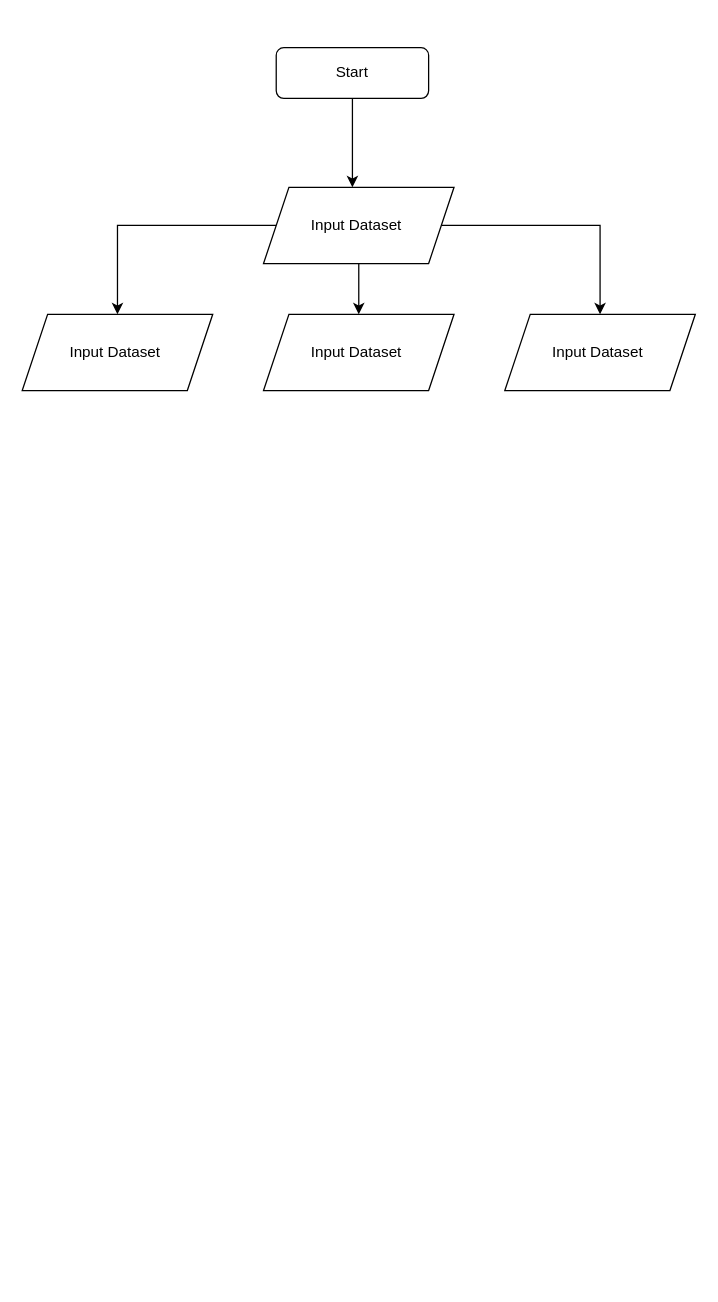
This is Model(s)/Untitled Diagram.drawio from vincentiussagi/CapNote, a draw.io file, before an edit. Source tidied: cells renumbered, new cells numbered last; positions are measured from the earlier drawing's top-left corner, leaving out a move shared by most shapes. Both pictures are drawn from the tidied source at 127%, with x=0, y=0 at pixel (22, 47).
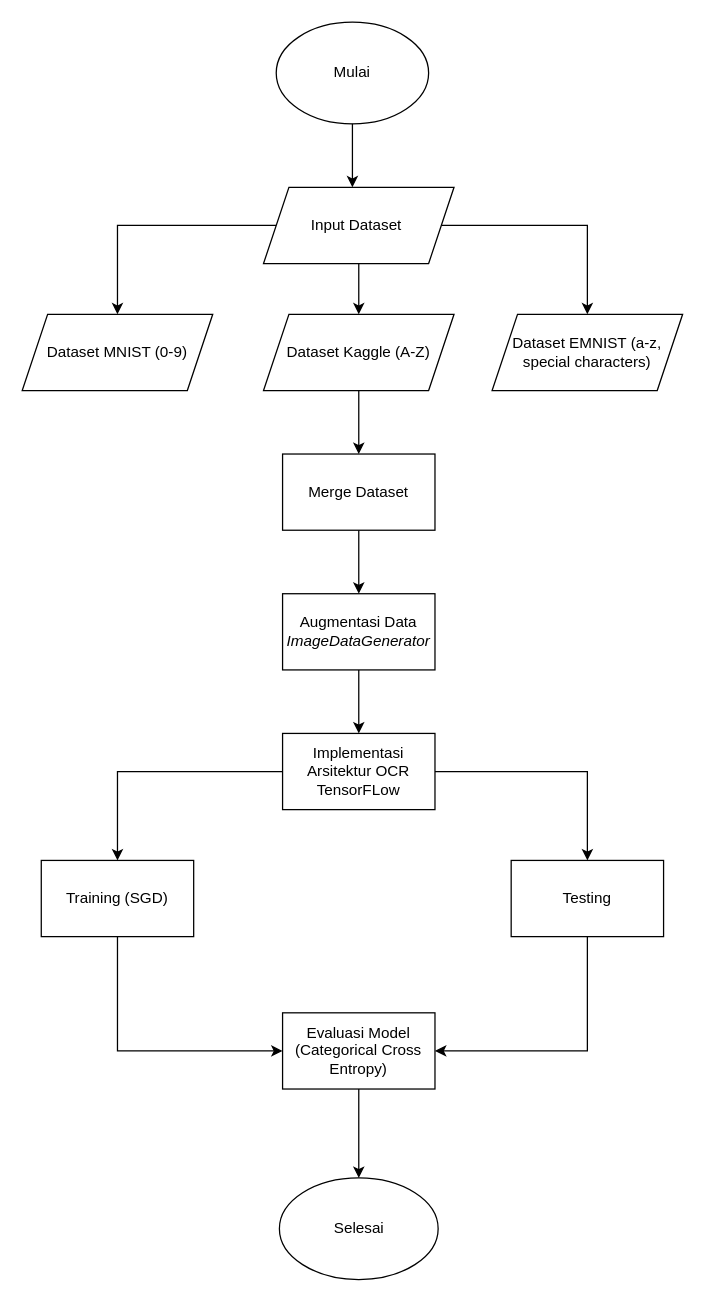
The same page after the edit.

What changed in the source:
```diff
@@
-    <mxCell id="2" style="edgeStyle=orthogonalEdgeStyle;rounded=0;jettySize=auto;html=1;" parent="1" edge="1" source="3">
+    <mxCell id="2" style="edgeStyle=orthogonalEdgeStyle;rounded=0;orthogonalLoop=1;jettySize=auto;html=1;" parent="1" edge="1">
       <mxGeometry relative="1" as="geometry">
+        <mxPoint x="260" y="40" as="sourcePoint" />
         <mxPoint x="260" y="110" as="targetPoint" />
       </mxGeometry>
     </mxCell>
-    <mxCell id="3" value="Start" style="rounded=1;whiteSpace=wrap;html=1;fontSize=12;glass=0;strokeWidth=1;shadow=0;" parent="1" vertex="1">
-      <mxGeometry x="200" width="120" height="40" as="geometry" />
-    </mxCell>
@@
-    <mxCell id="8" value="Input Dataset&amp;nbsp;" style="shape=parallelogram;perimeter=parallelogramPerimeter;whiteSpace=wrap;html=1;fixedSize=1;" parent="1" vertex="1">
+    <mxCell id="8" value="Dataset MNIST (0-9)" style="shape=parallelogram;perimeter=parallelogramPerimeter;whiteSpace=wrap;html=1;fixedSize=1;" parent="1" vertex="1">
       <mxGeometry y="210" width="150" height="60" as="geometry" />
     </mxCell>
-    <mxCell id="9" value="Input Dataset&amp;nbsp;" style="shape=parallelogram;perimeter=parallelogramPerimeter;whiteSpace=wrap;html=1;fixedSize=1;" parent="1" vertex="1">
-      <mxGeometry x="380" y="210" width="150" height="60" as="geometry" />
+    <mxCell id="9" value="Dataset EMNIST (a-z, special characters)" style="shape=parallelogram;perimeter=parallelogramPerimeter;whiteSpace=wrap;html=1;fixedSize=1;" parent="1" vertex="1">
+      <mxGeometry x="370" y="210" width="150" height="60" as="geometry" />
     </mxCell>
+    <mxCell id="11" style="edgeStyle=orthogonalEdgeStyle;rounded=0;jettySize=auto;html=1;" parent="1" edge="1" source="10" target="13">
+      <mxGeometry relative="1" as="geometry" />
+    </mxCell>
-    <mxCell id="10" value="Input Dataset&amp;nbsp;" style="shape=parallelogram;perimeter=parallelogramPerimeter;whiteSpace=wrap;html=1;fixedSize=1;" parent="1" vertex="1">
+    <mxCell id="10" value="Dataset Kaggle (A-Z)" style="shape=parallelogram;perimeter=parallelogramPerimeter;whiteSpace=wrap;html=1;fixedSize=1;" parent="1" vertex="1">
       <mxGeometry x="190" y="210" width="150" height="60" as="geometry" />
     </mxCell>
+    <mxCell id="12" style="edgeStyle=orthogonalEdgeStyle;rounded=0;jettySize=auto;html=1;" parent="1" edge="1" source="13" target="16">
+      <mxGeometry relative="1" as="geometry" />
+    </mxCell>
+    <mxCell id="13" value="Merge Dataset" style="whiteSpace=wrap;html=1;" parent="1" vertex="1">
+      <mxGeometry x="205" y="320" width="120" height="60" as="geometry" />
+    </mxCell>
+    <mxCell id="14" value="Mulai" style="ellipse;whiteSpace=wrap;html=1;" parent="1" vertex="1">
+      <mxGeometry x="200" y="-20" width="120" height="80" as="geometry" />
+    </mxCell>
+    <mxCell id="15" style="edgeStyle=orthogonalEdgeStyle;rounded=0;jettySize=auto;html=1;" parent="1" edge="1" source="16" target="19">
+      <mxGeometry relative="1" as="geometry" />
+    </mxCell>
+    <mxCell id="16" value="Augmentasi Data&lt;br&gt;&lt;i&gt;ImageDataGenerator&lt;/i&gt;" style="whiteSpace=wrap;html=1;" parent="1" vertex="1">
+      <mxGeometry x="205" y="430" width="120" height="60" as="geometry" />
+    </mxCell>
+    <mxCell id="17" style="edgeStyle=orthogonalEdgeStyle;rounded=0;jettySize=auto;html=1;" parent="1" edge="1" source="19" target="21">
+      <mxGeometry relative="1" as="geometry" />
+    </mxCell>
+    <mxCell id="18" style="edgeStyle=orthogonalEdgeStyle;rounded=0;jettySize=auto;html=1;" parent="1" edge="1" source="19" target="23">
+      <mxGeometry relative="1" as="geometry" />
+    </mxCell>
+    <mxCell id="19" value="Implementasi Arsitektur OCR TensorFLow" style="whiteSpace=wrap;html=1;" parent="1" vertex="1">
+      <mxGeometry x="205" y="540" width="120" height="60" as="geometry" />
+    </mxCell>
+    <mxCell id="20" style="edgeStyle=orthogonalEdgeStyle;rounded=0;jettySize=auto;html=1;" parent="1" edge="1" source="21" target="25">
+      <mxGeometry relative="1" as="geometry">
+        <Array as="points">
+          <mxPoint x="75" y="790" />
+        </Array>
+      </mxGeometry>
+    </mxCell>
+    <mxCell id="21" value="Training (SGD)" style="whiteSpace=wrap;html=1;" parent="1" vertex="1">
+      <mxGeometry x="15" y="640" width="120" height="60" as="geometry" />
+    </mxCell>
+    <mxCell id="22" style="edgeStyle=orthogonalEdgeStyle;rounded=0;jettySize=auto;html=1;entryX=1;entryY=0.5;entryDx=0;entryDy=0;" parent="1" edge="1" source="23" target="25">
+      <mxGeometry relative="1" as="geometry">
+        <Array as="points">
+          <mxPoint x="445" y="790" />
+        </Array>
+      </mxGeometry>
+    </mxCell>
+    <mxCell id="23" value="Testing" style="whiteSpace=wrap;html=1;" parent="1" vertex="1">
+      <mxGeometry x="385" y="640" width="120" height="60" as="geometry" />
+    </mxCell>
+    <mxCell id="24" style="edgeStyle=orthogonalEdgeStyle;rounded=0;jettySize=auto;html=1;" parent="1" edge="1" source="25" target="26">
+      <mxGeometry relative="1" as="geometry" />
+    </mxCell>
+    <mxCell id="25" value="Evaluasi Model&lt;br&gt;(Categorical Cross Entropy)" style="whiteSpace=wrap;html=1;" parent="1" vertex="1">
+      <mxGeometry x="205" y="760" width="120" height="60" as="geometry" />
+    </mxCell>
+    <mxCell id="26" value="Selesai" style="ellipse;whiteSpace=wrap;html=1;" parent="1" vertex="1">
+      <mxGeometry x="202.5" y="890" width="125" height="80" as="geometry" />
+    </mxCell>
```
